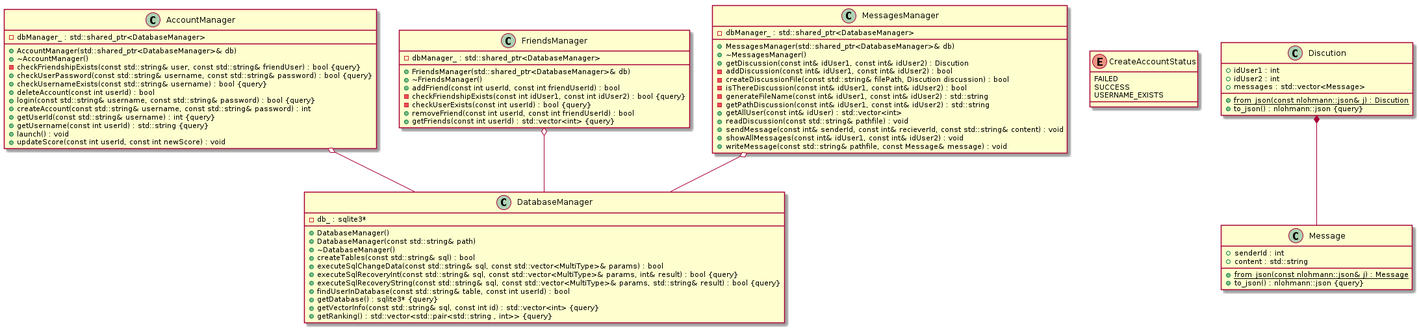
This is res/uml/class/DatabaseClass.png from ulb-info2-group5/Royal-Blocks, a PlantUML export, as it was before one commit. Its source is kept beside it as doc/uml/class/server/DatabaseClass.plantuml. The source it was exported from:
```plantuml
@startuml DatabaseClass





class AccountManager {
	+AccountManager(std::shared_ptr<DatabaseManager>& db)
	+~AccountManager()
	-checkFriendshipExists(const std::string& user, const std::string& friendUser) : bool {query}
	+checkUserPassword(const std::string& username, const std::string& password) : bool {query}
	+checkUsernameExists(const std::string& username) : bool {query}
	+deleteAccount(const int userId) : bool
	+login(const std::string& username, const std::string& password) : bool {query}
	+createAccount(const std::string& username, const std::string& password) : int
	+getUserId(const std::string& username) : int {query}
	-dbManager_ : std::shared_ptr<DatabaseManager>
	+getUsername(const int userId) : std::string {query}
	+launch() : void
	+updateScore(const int userId, const int newScore) : void
}


class DatabaseManager {
	+DatabaseManager()
	+DatabaseManager(const std::string& path)
	+~DatabaseManager()
	+createTables(const std::string& sql) : bool
	+executeSqlChangeData(const std::string& sql, const std::vector<MultiType>& params) : bool
	+executeSqlRecoveryInt(const std::string& sql, const std::vector<MultiType>& params, int& result) : bool {query}
	+executeSqlRecoveryString(const std::string& sql, const std::vector<MultiType>& params, std::string& result) : bool {query}
	+findUserInDatabase(const std::string& table, const int userId) : bool
	-db_ : sqlite3*
	+getDatabase() : sqlite3* {query}
	+getVectorInfo(const std::string& sql, const int id) : std::vector<int> {query}
	+getRanking() : std::vector<std::pair<std::string , int>> {query}
}


class FriendsManager {
	+FriendsManager(std::shared_ptr<DatabaseManager>& db)
	+~FriendsManager()
	+addFriend(const int userId, const int friendUserId) : bool
	-checkFriendshipExists(const int idUser1, const int idUser2) : bool {query}
	-checkUserExists(const int userId) : bool {query}
	+removeFriend(const int userId, const int friendUserId) : bool
	-dbManager_ : std::shared_ptr<DatabaseManager>
	+getFriends(const int userId) : std::vector<int> {query}
}


class MessagesManager {
	+MessagesManager(std::shared_ptr<DatabaseManager>& db)
	+~MessagesManager()
	+getDiscussion(const int& idUser1, const int& idUser2) : Discution
	-addDiscussion(const int& idUser1, const int& idUser2) : bool
	-createDiscussionFile(const std::string& filePath, Discution discussion) : bool
	-isThereDiscussion(const int& idUser1, const int& idUser2) : bool
	-dbManager_ : std::shared_ptr<DatabaseManager>
	-generateFileName(const int& idUser1, const int& idUser2) : std::string
	-getPathDiscussion(const int& idUser1, const int& idUser2) : std::string
	+getAllUser(const int& idUser) : std::vector<int>
	+readDiscussion(const std::string& pathfile) : void
	+sendMessage(const int& senderId, const int& recieverId, const std::string& content) : void
	+showAllMessages(const int& idUser1, const int& idUser2) : void
	+writeMessage(const std::string& pathfile, const Message& message) : void
}


enum CreateAccountStatus {
	FAILED
	SUCCESS
	USERNAME_EXISTS
}


class Discution {
	+{static} from_json(const nlohmann::json& j) : Discution
	+idUser1 : int
	+idUser2 : int
	+to_json() : nlohmann::json {query}
	+messages : std::vector<Message>
}


class Message {
	+{static} from_json(const nlohmann::json& j) : Message
	+senderId : int
	+to_json() : nlohmann::json {query}
	+content : std::string
}






AccountManager o-- DatabaseManager


Discution *-- Message


FriendsManager o-- DatabaseManager


MessagesManager o-- DatabaseManager









@enduml
```
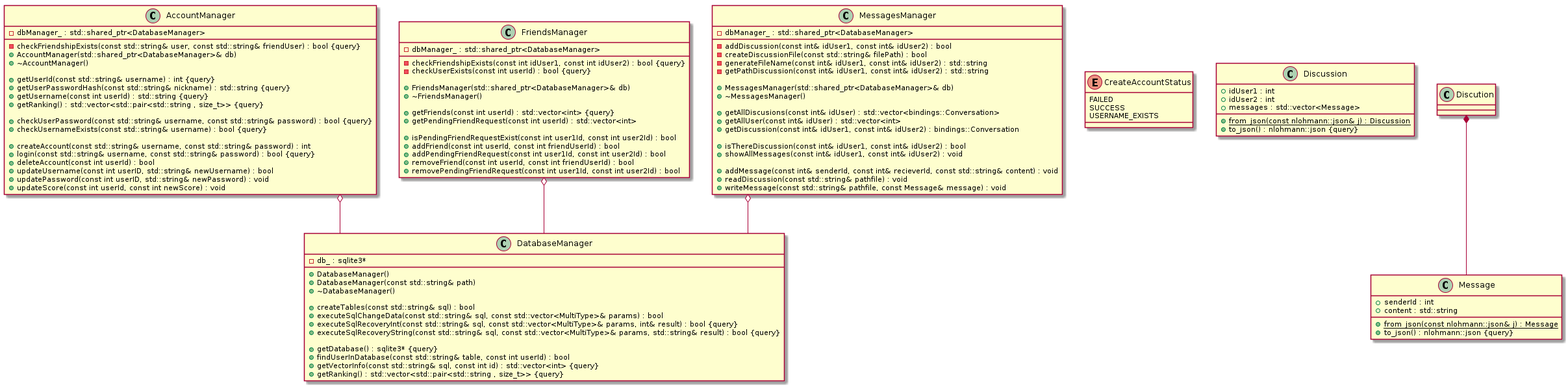
The same file after the commit.

What changed in the source:
```diff
@@ -1,68 +1,92 @@
 @startuml DatabaseClass
+skinparam linetype ortho
 
 
 
 
 
 class AccountManager {
+	-checkFriendshipExists(const std::string& user, const std::string& friendUser) : bool {query}
+	-dbManager_ : std::shared_ptr<DatabaseManager>
+
 	+AccountManager(std::shared_ptr<DatabaseManager>& db)
 	+~AccountManager()
-	-checkFriendshipExists(const std::string& user, const std::string& friendUser) : bool {query}
+
+	+getUserId(const std::string& username) : int {query}
+	+getUserPasswordHash(const std::string& nickname) : std::string {query}
+	+getUsername(const int userId) : std::string {query}
+	+getRanking() : std::vector<std::pair<std::string , size_t>> {query}
+
 	+checkUserPassword(const std::string& username, const std::string& password) : bool {query}
 	+checkUsernameExists(const std::string& username) : bool {query}
+
+	+createAccount(const std::string& username, const std::string& password) : int
+	+login(const std::string& username, const std::string& password) : bool {query}
 	+deleteAccount(const int userId) : bool
-	+login(const std::string& username, const std::string& password) : bool {query}
-	+createAccount(const std::string& username, const std::string& password) : int
-	+getUserId(const std::string& username) : int {query}
-	-dbManager_ : std::shared_ptr<DatabaseManager>
-	+getUsername(const int userId) : std::string {query}
-	+launch() : void
+	+updateUsername(const int userID, std::string& newUsername) : bool
+	+updatePassword(const int userID, std::string& newPassword) : void
 	+updateScore(const int userId, const int newScore) : void
 }
 
 
 class DatabaseManager {
+	-db_ : sqlite3*
+
 	+DatabaseManager()
 	+DatabaseManager(const std::string& path)
 	+~DatabaseManager()
+
 	+createTables(const std::string& sql) : bool
 	+executeSqlChangeData(const std::string& sql, const std::vector<MultiType>& params) : bool
 	+executeSqlRecoveryInt(const std::string& sql, const std::vector<MultiType>& params, int& result) : bool {query}
 	+executeSqlRecoveryString(const std::string& sql, const std::vector<MultiType>& params, std::string& result) : bool {query}
+
+	+getDatabase() : sqlite3* {query}
 	+findUserInDatabase(const std::string& table, const int userId) : bool
-	-db_ : sqlite3*
-	+getDatabase() : sqlite3* {query}
 	+getVectorInfo(const std::string& sql, const int id) : std::vector<int> {query}
-	+getRanking() : std::vector<std::pair<std::string , int>> {query}
+	+getRanking() : std::vector<std::pair<std::string , size_t>> {query}
 }
 
 
 class FriendsManager {
+	-dbManager_ : std::shared_ptr<DatabaseManager>
+	-checkFriendshipExists(const int idUser1, const int idUser2) : bool {query}
+	-checkUserExists(const int userId) : bool {query}
+
 	+FriendsManager(std::shared_ptr<DatabaseManager>& db)
 	+~FriendsManager()
+
+	+getFriends(const int userId) : std::vector<int> {query}
+	+getPendingFriendRequest(const int userId) : std::vector<int>
+
+	+isPendingFriendRequestExist(const int user1Id, const int user2Id) : bool
 	+addFriend(const int userId, const int friendUserId) : bool
-	-checkFriendshipExists(const int idUser1, const int idUser2) : bool {query}
-	-checkUserExists(const int userId) : bool {query}
+	+addPendingFriendRequest(const int user1Id, const int user2Id) : bool
 	+removeFriend(const int userId, const int friendUserId) : bool
-	-dbManager_ : std::shared_ptr<DatabaseManager>
-	+getFriends(const int userId) : std::vector<int> {query}
+	+removePendingFriendRequest(const int user1Id, const int user2Id) : bool
 }
 
 
 class MessagesManager {
+	-dbManager_ : std::shared_ptr<DatabaseManager>
+
+	-addDiscussion(const int& idUser1, const int& idUser2) : bool
+	-createDiscussionFile(const std::string& filePath) : bool
+	-generateFileName(const int& idUser1, const int& idUser2) : std::string
+	-getPathDiscussion(const int& idUser1, const int& idUser2) : std::string
+
 	+MessagesManager(std::shared_ptr<DatabaseManager>& db)
 	+~MessagesManager()
-	+getDiscussion(const int& idUser1, const int& idUser2) : Discution
-	-addDiscussion(const int& idUser1, const int& idUser2) : bool
-	-createDiscussionFile(const std::string& filePath, Discution discussion) : bool
-	-isThereDiscussion(const int& idUser1, const int& idUser2) : bool
-	-dbManager_ : std::shared_ptr<DatabaseManager>
-	-generateFileName(const int& idUser1, const int& idUser2) : std::string
-	-getPathDiscussion(const int& idUser1, const int& idUser2) : std::string
+
+	+getAllDiscusions(const int& idUser) : std::vector<bindings::Conversation>
 	+getAllUser(const int& idUser) : std::vector<int>
+	+getDiscussion(const int& idUser1, const int& idUser2) : bindings::Conversation
+
+	+isThereDiscussion(const int& idUser1, const int& idUser2) : bool
+	+showAllMessages(const int& idUser1, const int& idUser2) : void
+
+	+addMessage(const int& senderId, const int& recieverId, const std::string& content) : void
 	+readDiscussion(const std::string& pathfile) : void
-	+sendMessage(const int& senderId, const int& recieverId, const std::string& content) : void
-	+showAllMessages(const int& idUser1, const int& idUser2) : void
 	+writeMessage(const std::string& pathfile, const Message& message) : void
 }
 
@@ -74,8 +98,8 @@
 }
 
 
-class Discution {
-	+{static} from_json(const nlohmann::json& j) : Discution
+class Discussion {
+	+{static} from_json(const nlohmann::json& j) : Discussion
 	+idUser1 : int
 	+idUser2 : int
 	+to_json() : nlohmann::json {query}
```
